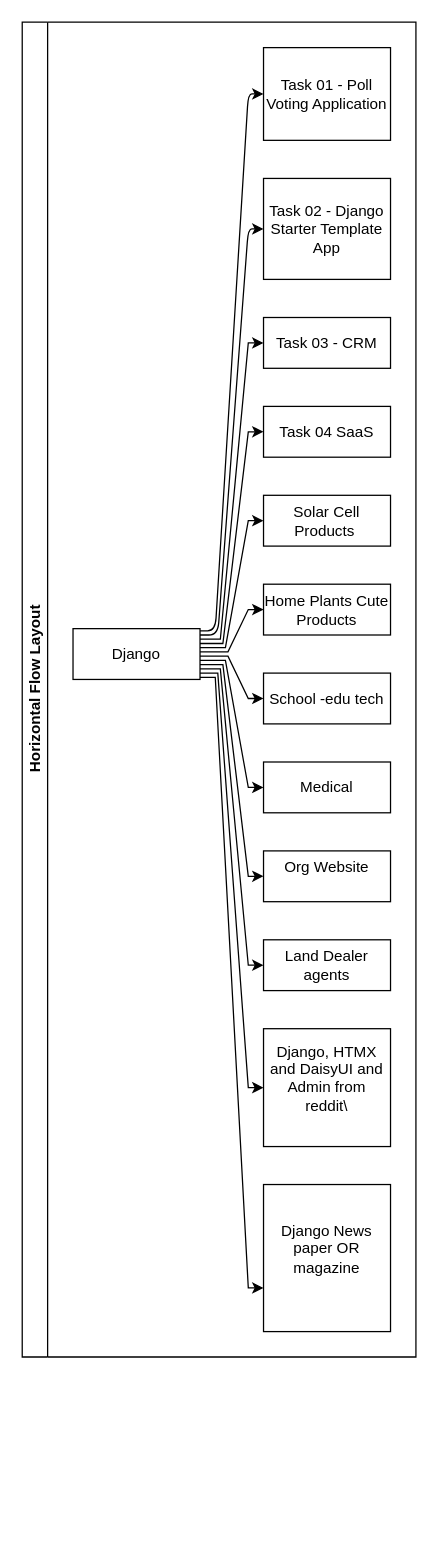
sip005/drawio_01 keeps this draw.io diagram as mindmaps - 001 Diagram.drawio. Above is the earlier version. Source tidied: cells renumbered, new cells numbered last; positions are measured from the earlier drawing's top-left corner, leaving out a move shared by most shapes. Both pictures are drawn from the tidied source at 127%, with x=0, y=0 at pixel (22, 22).
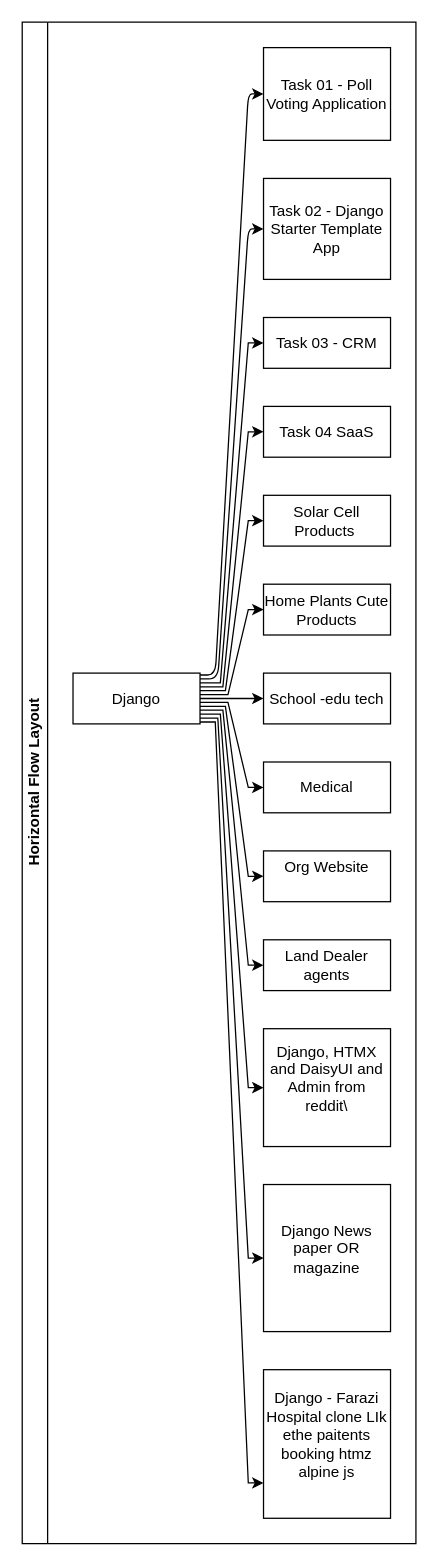
After the change.

The change refers to these unchanged cells:
```xml
<mxCell id="4" value="Task 01 - Poll Voting Application" style="whiteSpace=wrap;html=1;" parent="2" vertex="1">
  <mxGeometry x="190" y="20" width="100" height="73" as="geometry" />
</mxCell>
<mxCell id="6" value="Task 02 - Django Starter Template App" style="whiteSpace=wrap;html=1;" parent="2" vertex="1">
  <mxGeometry x="190" y="123" width="100" height="79.5" as="geometry" />
</mxCell>
<mxCell id="9" value="Task 03 - CRM" style="whiteSpace=wrap;html=1;" parent="2" vertex="1">
  <mxGeometry x="190" y="232.5" width="100" height="40" as="geometry" />
</mxCell>
<mxCell id="11" value="Task 04 SaaS" style="whiteSpace=wrap;html=1;" parent="2" vertex="1">
  <mxGeometry x="190" y="302.5" width="100" height="40" as="geometry" />
</mxCell>
<mxCell id="13" value="Solar Cell Products&amp;nbsp;" style="whiteSpace=wrap;html=1;" parent="2" vertex="1">
  <mxGeometry x="190" y="372.5" width="100" height="40" as="geometry" />
</mxCell>
<mxCell id="15" value="Home Plants Cute Products" style="whiteSpace=wrap;html=1;" parent="2" vertex="1">
  <mxGeometry x="190" y="442.5" width="100" height="40" as="geometry" />
</mxCell>
<mxCell id="17" value="School -edu tech" style="whiteSpace=wrap;html=1;" parent="2" vertex="1">
  <mxGeometry x="190" y="512.5" width="100" height="40" as="geometry" />
</mxCell>
<mxCell id="19" value="Medical" style="whiteSpace=wrap;html=1;" parent="2" vertex="1">
  <mxGeometry x="190" y="582.5" width="100" height="40" as="geometry" />
</mxCell>
<mxCell id="21" value="Org Website&lt;div&gt;&lt;br&gt;&lt;/div&gt;" style="whiteSpace=wrap;html=1;" parent="2" vertex="1">
  <mxGeometry x="190" y="652.5" width="100" height="40" as="geometry" />
</mxCell>
<mxCell id="23" value="Land Dealer agents" style="whiteSpace=wrap;html=1;" parent="2" vertex="1">
  <mxGeometry x="190" y="722.5" width="100" height="40" as="geometry" />
</mxCell>
<mxCell id="25" value="Django, HTMX and DaisyUI and Admin from reddit\&lt;div&gt;&lt;br&gt;&lt;/div&gt;" style="whiteSpace=wrap;html=1;" parent="2" vertex="1">
  <mxGeometry x="190" y="792.5" width="100" height="92.8" as="geometry" />
</mxCell>
<mxCell id="27" value="Django News paper OR magazine&lt;div&gt;&lt;br&gt;&lt;/div&gt;" style="whiteSpace=wrap;html=1;" parent="2" vertex="1">
  <mxGeometry x="190" y="915.2" width="100" height="115.8" as="geometry" />
</mxCell>
```

The edit, as a diff of the source:
```diff
@@
     <mxCell id="2" value="Horizontal Flow Layout" style="swimlane;html=1;startSize=20;horizontal=0;flowOrientation=west;interRankCellSpacing=50;containerType=tree;fontSize=12;" parent="1" vertex="1">
-      <mxGeometry width="310" height="1051" as="geometry" />
+      <mxGeometry width="310" height="1198" as="geometry" />
     </mxCell>
     <mxCell id="3" value="Django" style="whiteSpace=wrap;html=1;" parent="2" vertex="1">
-      <mxGeometry x="40" y="477.5" width="100" height="40" as="geometry" />
+      <mxGeometry x="40" y="512.5" width="100" height="40" as="geometry" />
     </mxCell>
@@
     <mxCell id="5" style="html=1;rounded=1;curved=0;sourcePerimeterSpacing=0;targetPerimeterSpacing=0;startSize=6;endSize=6;noEdgeStyle=1;orthogonal=1;" parent="2" edge="1" source="3" target="4">
       <mxGeometry relative="1" as="geometry">
         <Array as="points">
-          <mxPoint x="152" y="479.2" />
+          <mxPoint x="152" y="514" />
           <mxPoint x="178" y="56.5" />
         </Array>
       </mxGeometry>
     </mxCell>
@@
     <mxCell id="7" style="html=1;rounded=1;curved=0;sourcePerimeterSpacing=0;targetPerimeterSpacing=0;startSize=6;endSize=6;noEdgeStyle=1;orthogonal=1;" parent="2" edge="1" source="3" target="6">
       <mxGeometry relative="1" as="geometry">
         <Array as="points">
-          <mxPoint x="154" y="482.5" />
+          <mxPoint x="154" y="517.1" />
           <mxPoint x="178" y="162.8" />
         </Array>
       </mxGeometry>
     </mxCell>
     <mxCell id="8" style="edgeStyle=orthogonalEdgeStyle;rounded=0;jettySize=auto;html=1;noEdgeStyle=1;orthogonal=1;" parent="2" edge="1" source="3" target="9">
       <mxGeometry relative="1" as="geometry">
         <Array as="points">
-          <mxPoint x="156" y="485.8" />
+          <mxPoint x="156" y="520.2" />
           <mxPoint x="178" y="252.5" />
         </Array>
       </mxGeometry>
     </mxCell>
@@
     <mxCell id="10" style="edgeStyle=orthogonalEdgeStyle;rounded=0;jettySize=auto;html=1;noEdgeStyle=1;orthogonal=1;" parent="2" edge="1" source="3" target="11">
       <mxGeometry relative="1" as="geometry">
         <Array as="points">
-          <mxPoint x="158" y="489.2" />
+          <mxPoint x="158" y="523.3" />
           <mxPoint x="178" y="322.5" />
         </Array>
       </mxGeometry>
     </mxCell>
@@
     <mxCell id="12" style="edgeStyle=orthogonalEdgeStyle;rounded=0;jettySize=auto;html=1;noEdgeStyle=1;orthogonal=1;" parent="2" edge="1" source="3" target="13">
       <mxGeometry relative="1" as="geometry">
         <Array as="points">
-          <mxPoint x="160" y="492.5" />
+          <mxPoint x="160" y="526.3" />
           <mxPoint x="178" y="392.5" />
         </Array>
       </mxGeometry>
     </mxCell>
@@
     <mxCell id="14" style="edgeStyle=orthogonalEdgeStyle;rounded=0;jettySize=auto;html=1;noEdgeStyle=1;orthogonal=1;" parent="2" edge="1" source="3" target="15">
       <mxGeometry relative="1" as="geometry">
         <Array as="points">
-          <mxPoint x="162" y="495.8" />
+          <mxPoint x="162" y="529.4" />
           <mxPoint x="178" y="462.5" />
         </Array>
       </mxGeometry>
     </mxCell>
@@
     <mxCell id="16" style="edgeStyle=orthogonalEdgeStyle;rounded=0;jettySize=auto;html=1;noEdgeStyle=1;orthogonal=1;" parent="2" edge="1" source="3" target="17">
       <mxGeometry relative="1" as="geometry">
         <Array as="points">
-          <mxPoint x="162" y="499.2" />
+          <mxPoint x="164" y="532.5" />
           <mxPoint x="178" y="532.5" />
         </Array>
       </mxGeometry>
     </mxCell>
@@
     <mxCell id="18" style="edgeStyle=orthogonalEdgeStyle;rounded=0;jettySize=auto;html=1;noEdgeStyle=1;orthogonal=1;" parent="2" edge="1" source="3" target="19">
       <mxGeometry relative="1" as="geometry">
         <Array as="points">
-          <mxPoint x="160" y="502.5" />
+          <mxPoint x="162" y="535.6" />
           <mxPoint x="178" y="602.5" />
         </Array>
       </mxGeometry>
     </mxCell>
@@
     <mxCell id="20" style="edgeStyle=orthogonalEdgeStyle;rounded=0;jettySize=auto;html=1;noEdgeStyle=1;orthogonal=1;" parent="2" edge="1" source="3" target="21">
       <mxGeometry relative="1" as="geometry">
         <Array as="points">
-          <mxPoint x="158" y="505.8" />
+          <mxPoint x="160" y="538.7" />
           <mxPoint x="178" y="672.5" />
         </Array>
       </mxGeometry>
     </mxCell>
@@
     <mxCell id="22" style="edgeStyle=orthogonalEdgeStyle;rounded=0;jettySize=auto;html=1;noEdgeStyle=1;orthogonal=1;" parent="2" edge="1" source="3" target="23">
       <mxGeometry relative="1" as="geometry">
         <Array as="points">
-          <mxPoint x="156" y="509.2" />
+          <mxPoint x="158" y="541.7" />
           <mxPoint x="178" y="742.5" />
         </Array>
       </mxGeometry>
     </mxCell>
@@
     <mxCell id="24" style="edgeStyle=orthogonalEdgeStyle;rounded=0;jettySize=auto;html=1;noEdgeStyle=1;orthogonal=1;" parent="2" edge="1" source="3" target="25">
       <mxGeometry relative="1" as="geometry">
         <Array as="points">
-          <mxPoint x="154" y="512.5" />
+          <mxPoint x="156" y="544.8" />
           <mxPoint x="178" y="838.9" />
         </Array>
       </mxGeometry>
     </mxCell>
@@
     <mxCell id="26" style="edgeStyle=orthogonalEdgeStyle;rounded=0;jettySize=auto;html=1;noEdgeStyle=1;orthogonal=1;" parent="2" edge="1" source="3" target="27">
       <mxGeometry relative="1" as="geometry">
         <Array as="points">
-          <mxPoint x="152" y="515.8" />
-          <mxPoint x="178" y="996.6" />
+          <mxPoint x="154" y="547.9" />
+          <mxPoint x="178" y="973.1" />
         </Array>
       </mxGeometry>
     </mxCell>
@@
+    <mxCell id="28" style="edgeStyle=orthogonalEdgeStyle;rounded=0;jettySize=auto;html=1;noEdgeStyle=1;orthogonal=1;" parent="2" edge="1" source="3" target="29">
+      <mxGeometry relative="1" as="geometry">
+        <Array as="points">
+          <mxPoint x="152" y="551" />
+          <mxPoint x="178" y="1150.2" />
+        </Array>
+      </mxGeometry>
+    </mxCell>
+    <mxCell id="29" value="Django - Farazi Hospital clone LIk ethe paitents booking htmz alpine js&lt;div&gt;&lt;br&gt;&lt;/div&gt;" style="whiteSpace=wrap;html=1;" parent="2" vertex="1">
+      <mxGeometry x="190" y="1061" width="100" height="117" as="geometry" />
+    </mxCell>
```
